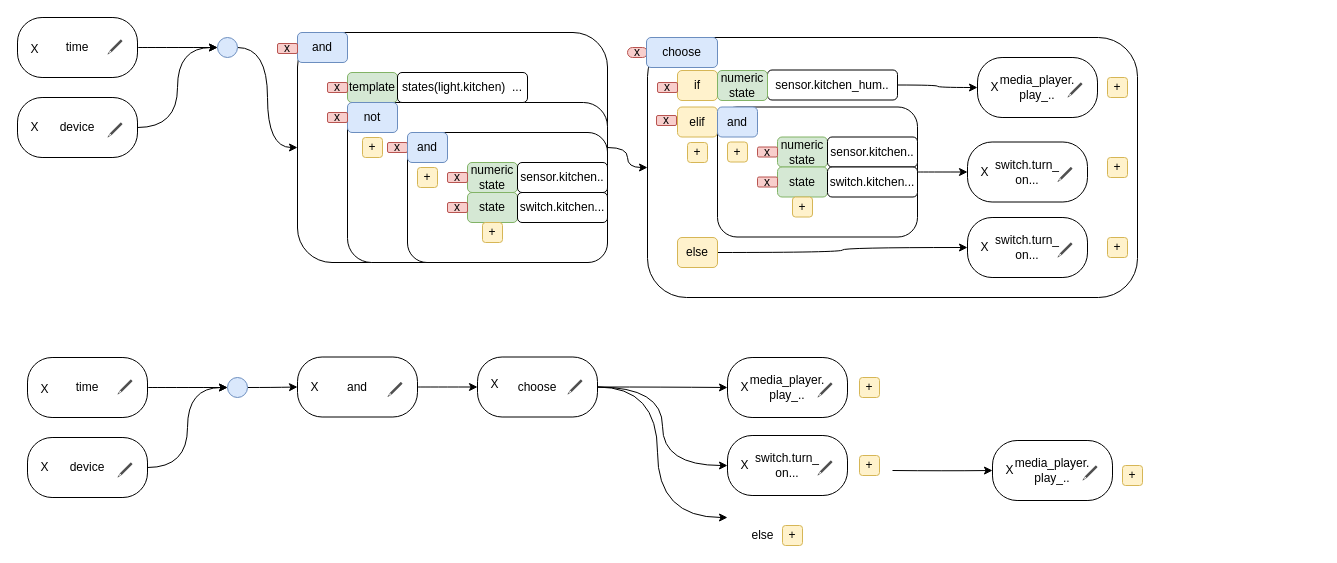
Earlier version of the draw.io diagram notes/proto.drawio (asosnovsky/Shortumation). Source tidied: cells renumbered, new cells numbered last; positions are measured from the earlier drawing's top-left corner, leaving out a move shared by most shapes. Both pictures are drawn from the tidied source at 100%, with x=0, y=0 at pixel (17, 14).
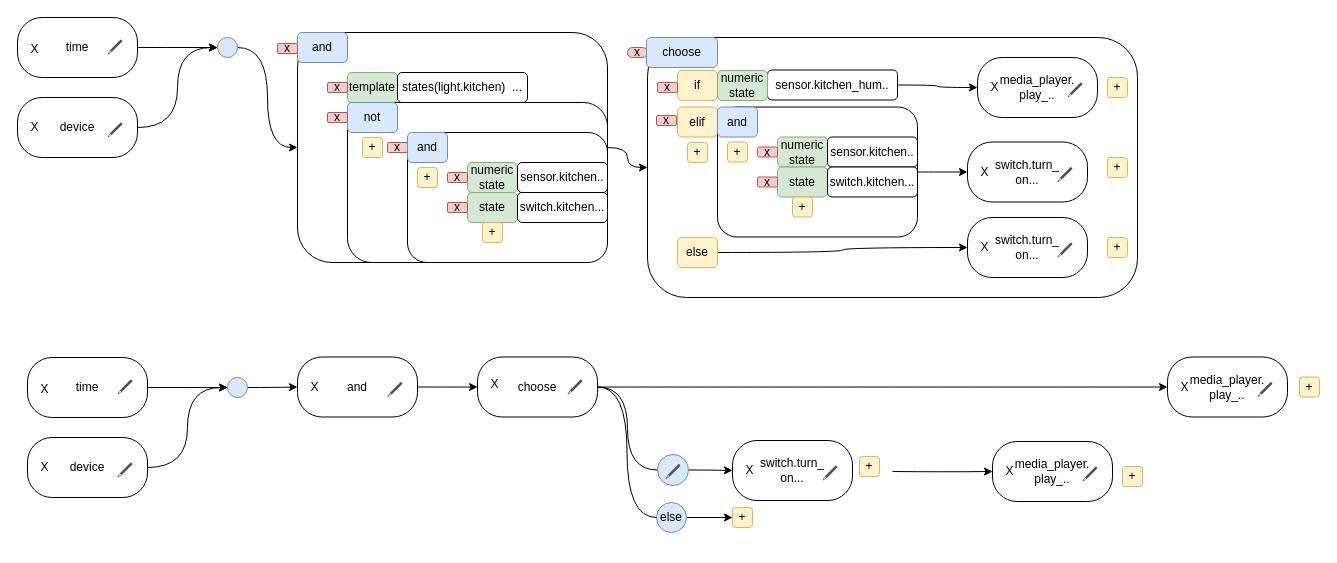
After the change.

Unchanged cells that the change refers to:
```xml
<mxCell id="102" value="switch.turn_&lt;br&gt;on..." style="rounded=1;whiteSpace=wrap;html=1;arcSize=41;" parent="101" vertex="1">
  <mxGeometry width="120" height="60" as="geometry" />
</mxCell>
<mxCell id="109" value="media_player.&lt;br&gt;play_.." style="rounded=1;whiteSpace=wrap;html=1;arcSize=41;" parent="108" vertex="1">
  <mxGeometry width="120" height="60" as="geometry" />
</mxCell>
<mxCell id="114" value="choose" style="rounded=1;whiteSpace=wrap;html=1;arcSize=41;" parent="113" vertex="1">
  <mxGeometry width="120" height="60" as="geometry" />
</mxCell>
```

Change to the diagram source:
```diff
@@
     <mxCell id="3" style="edgeStyle=orthogonalEdgeStyle;curved=1;rounded=0;jettySize=auto;html=1;entryX=0;entryY=0.5;entryDx=0;entryDy=0;" parent="1" edge="1" target="109">
       <mxGeometry relative="1" as="geometry">
-        <mxPoint x="875" y="456" as="sourcePoint" />
+        <mxPoint x="875" y="457" as="sourcePoint" />
       </mxGeometry>
     </mxCell>
@@
-    <mxCell id="95" style="edgeStyle=orthogonalEdgeStyle;curved=1;rounded=0;jettySize=auto;html=1;entryX=0;entryY=0.5;entryDx=0;entryDy=0;exitX=1;exitY=0.5;exitDx=0;exitDy=0;" parent="1" edge="1" source="114" target="102">
+    <mxCell id="95" style="edgeStyle=orthogonalEdgeStyle;curved=1;rounded=0;jettySize=auto;html=1;entryX=0;entryY=0.5;entryDx=0;entryDy=0;exitX=1;exitY=0.5;exitDx=0;exitDy=0;" parent="1" edge="1" source="118" target="102">
       <mxGeometry relative="1" as="geometry" />
     </mxCell>
-    <mxCell id="96" style="edgeStyle=orthogonalEdgeStyle;curved=1;rounded=0;jettySize=auto;html=1;entryX=0;entryY=0.5;entryDx=0;entryDy=0;exitX=1;exitY=0.5;exitDx=0;exitDy=0;" parent="1" edge="1" source="114">
-      <mxGeometry relative="1" as="geometry">
-        <mxPoint x="710" y="503" as="targetPoint" />
-        <Array as="points">
-          <mxPoint x="640" y="373" />
-          <mxPoint x="640" y="503" />
-        </Array>
-      </mxGeometry>
-    </mxCell>
     <mxCell id="97" style="group;" parent="1" vertex="1">
-      <mxGeometry x="710" y="343" width="120" height="60" as="geometry" />
+      <mxGeometry x="1150" y="342.5" width="120" height="60" as="geometry" />
     </mxCell>
@@
     <mxCell id="101" style="group;" parent="1" vertex="1">
-      <mxGeometry x="710" y="421" width="120" height="60" as="geometry" />
+      <mxGeometry x="715" y="426" width="120" height="60" as="geometry" />
     </mxCell>
@@
     <mxCell id="105" value="+" style="rounded=1;whiteSpace=wrap;html=1;fillColor=#fff2cc;strokeColor=#d6b656;" parent="1" vertex="1">
-      <mxGeometry x="842" y="363" width="20" height="20" as="geometry" />
+      <mxGeometry x="1282" y="362.5" width="20" height="20" as="geometry" />
     </mxCell>
     <mxCell id="106" value="+" style="rounded=1;whiteSpace=wrap;html=1;fillColor=#fff2cc;strokeColor=#d6b656;" parent="1" vertex="1">
-      <mxGeometry x="842" y="441" width="20" height="20" as="geometry" />
+      <mxGeometry x="842" y="442" width="20" height="20" as="geometry" />
     </mxCell>
     <mxCell id="107" value="+" style="rounded=1;whiteSpace=wrap;html=1;fillColor=#fff2cc;strokeColor=#d6b656;" parent="1" vertex="1">
-      <mxGeometry x="765" y="511" width="20" height="20" as="geometry" />
+      <mxGeometry x="715" y="493" width="20" height="20" as="geometry" />
     </mxCell>
     <mxCell id="108" style="group;" parent="1" vertex="1">
-      <mxGeometry x="975" y="426" width="120" height="60" as="geometry" />
+      <mxGeometry x="975" y="427" width="120" height="60" as="geometry" />
     </mxCell>
@@
     <mxCell id="112" value="+" style="rounded=1;whiteSpace=wrap;html=1;fillColor=#fff2cc;strokeColor=#d6b656;" parent="1" vertex="1">
-      <mxGeometry x="1105" y="451" width="20" height="20" as="geometry" />
+      <mxGeometry x="1105" y="452" width="20" height="20" as="geometry" />
     </mxCell>
@@
+    <mxCell id="118" style="ellipse;whiteSpace=wrap;html=1;fillColor=#dae8fc;strokeColor=#6c8ebf;" parent="1" vertex="1">
+      <mxGeometry x="640" y="440" width="31" height="31" as="geometry" />
+    </mxCell>
+    <mxCell id="119" style="edgeStyle=orthogonalEdgeStyle;curved=1;rounded=0;jettySize=auto;html=1;entryX=0;entryY=0.5;entryDx=0;entryDy=0;exitX=1;exitY=0.5;exitDx=0;exitDy=0;endArrow=none;endFill=0;" parent="1" edge="1" source="114" target="118">
+      <mxGeometry relative="1" as="geometry" />
+    </mxCell>
+    <mxCell id="120" style="edgeStyle=orthogonalEdgeStyle;rounded=0;jettySize=auto;html=1;endArrow=classic;endFill=1;entryX=0;entryY=0.5;entryDx=0;entryDy=0;" parent="1" edge="1" source="117" target="107">
+      <mxGeometry relative="1" as="geometry" />
+    </mxCell>
-    <mxCell id="117" value="else" style="text;html=1;align=center;verticalAlign=middle;points=[];" parent="1" vertex="1">
-      <mxGeometry x="725" y="511" width="40" height="20" as="geometry" />
+    <mxCell id="117" value="else" style="ellipse;whiteSpace=wrap;html=1;fillColor=#dae8fc;strokeColor=#6c8ebf;" parent="1" vertex="1">
+      <mxGeometry x="639" y="488" width="30" height="30" as="geometry" />
     </mxCell>
+    <mxCell id="121" style="edgeStyle=orthogonalEdgeStyle;curved=1;rounded=0;jettySize=auto;html=1;entryX=0;entryY=0.5;entryDx=0;entryDy=0;exitX=1;exitY=0.5;exitDx=0;exitDy=0;endArrow=none;endFill=0;" parent="1" edge="1" source="114" target="117">
+      <mxGeometry relative="1" as="geometry" />
+    </mxCell>
+    <mxCell id="122" style="sketch=0;shadow=0;dashed=0;html=1;strokeColor=none;fillColor=#505050;labelPosition=center;verticalLabelPosition=bottom;verticalAlign=top;align=center;shape=mxgraph.office.concepts.writing_pencil;" parent="1" vertex="1">
+      <mxGeometry x="648" y="449.5" width="15" height="15" as="geometry" />
+    </mxCell>
```
